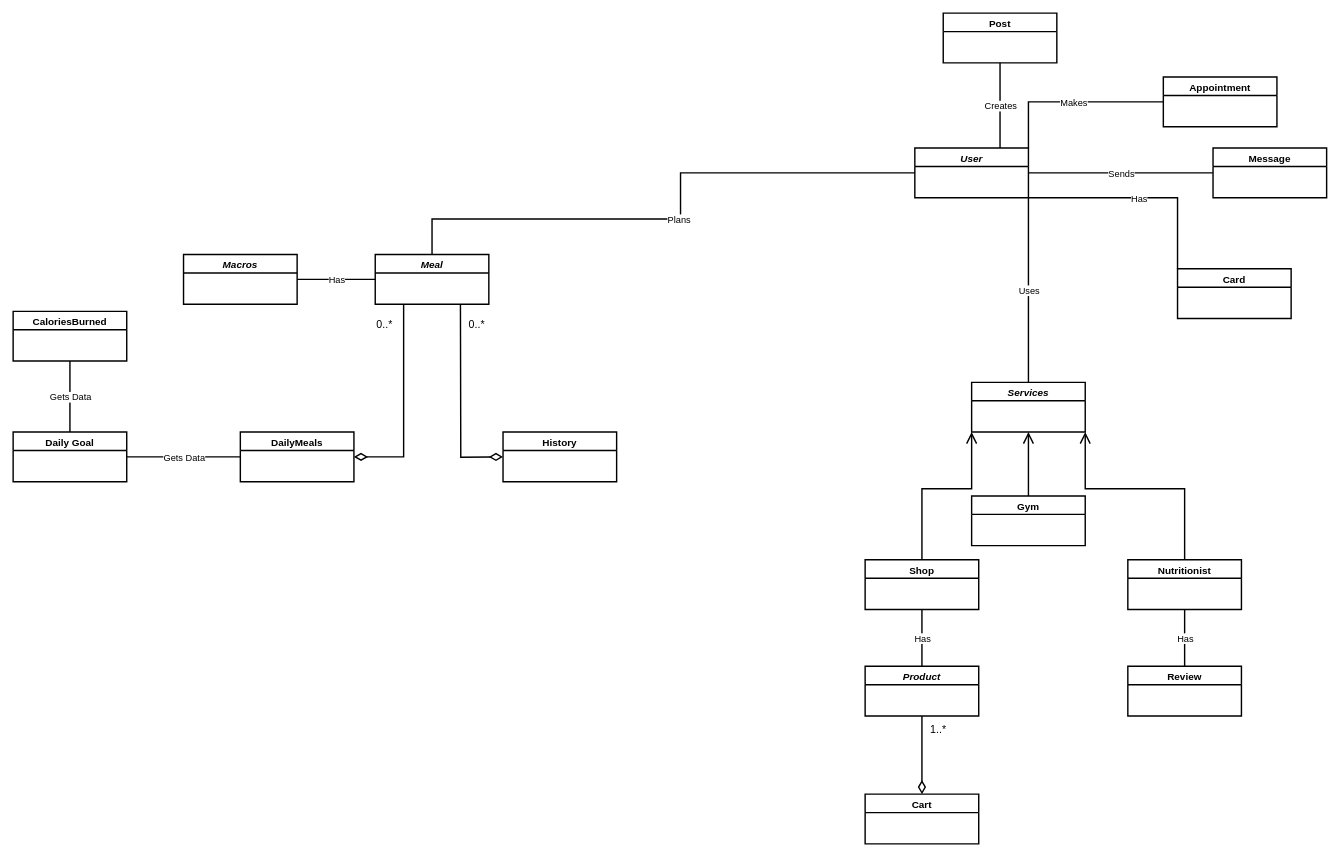
Dionkaps/Eu-Zin keeps this draw.io diagram as ΤΡΙΤΟ ΠΑΡΑΔΟΤΕΟ/Διορθώσεις προηγούμενων παραδοτέων/DomainModelChartVersion2.drawio. Above is the earlier version. Source tidied: cells renumbered, new cells numbered last; positions are measured from the earlier drawing's top-left corner, leaving out a move shared by most shapes. Both pictures are drawn from the tidied source at 71%, with x=0, y=0 at pixel (13, 13).
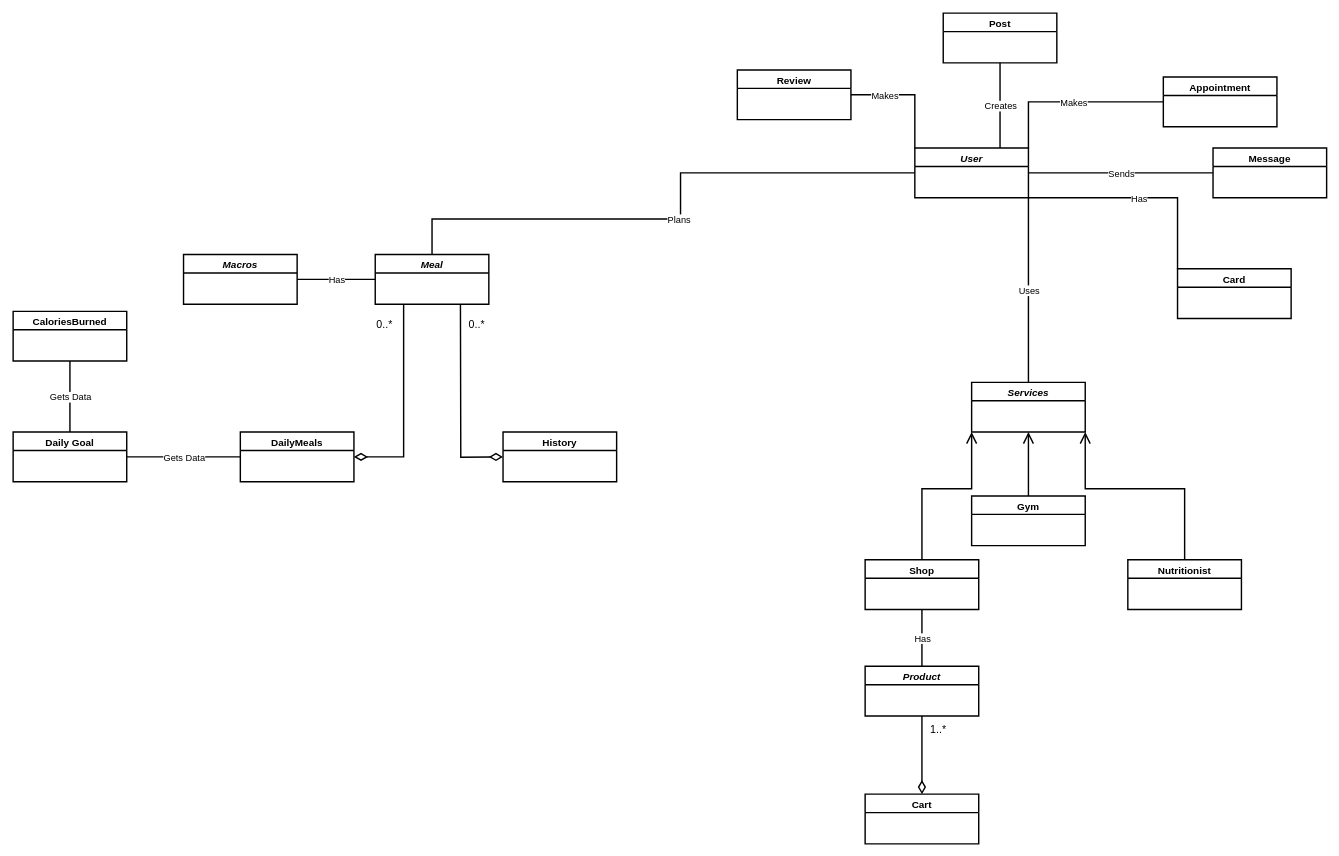
After the change.

The change refers to these unchanged cells:
```xml
<mxCell id="2" value="User" style="swimlane;fontStyle=3;align=center;verticalAlign=top;horizontal=1;startSize=26;rounded=0;shadow=0;strokeWidth=2;fontSize=14;" parent="1" vertex="1">
  <mxGeometry x="1270" y="190" width="160" height="70" as="geometry" />
</mxCell>
<mxCell id="5" value="Nutritionist" style="swimlane;fontStyle=1;align=center;verticalAlign=top;horizontal=1;startSize=26;rounded=0;shadow=0;strokeWidth=2;fontSize=14;" parent="1" vertex="1">
  <mxGeometry x="1570" y="770" width="160" height="70" as="geometry" />
</mxCell>
```

The edit, as a diff of the source:
```diff
@@
     <mxCell id="45" value="Review" style="swimlane;fontStyle=1;align=center;verticalAlign=top;horizontal=1;startSize=26;rounded=0;shadow=0;strokeWidth=2;fontSize=14;" parent="1" vertex="1">
-      <mxGeometry x="1570" y="920" width="160" height="70" as="geometry" />
+      <mxGeometry x="1020" y="80" width="160" height="70" as="geometry" />
     </mxCell>
-    <mxCell id="46" style="endArrow=none;html=1;rounded=0;anchorPointDirection=1;startFill=1;endFill=0;strokeWidth=2;entryX=0.5;entryY=1;entryDx=0;entryDy=0;exitX=0.5;exitY=0;exitDx=0;exitDy=0;" parent="1" edge="1" source="45" target="5">
-      <mxGeometry relative="1" as="geometry" />
-    </mxCell>
-    <mxCell id="47" value="Has" style="edgeLabel;html=1;align=center;verticalAlign=middle;fontSize=13;" parent="46" vertex="1">
-      <mxGeometry relative="1" as="geometry" />
-    </mxCell>
+    <mxCell id="48" style="endArrow=none;html=1;rounded=0;anchorPointDirection=1;startFill=1;endFill=0;strokeWidth=2;exitX=0;exitY=0;exitDx=0;exitDy=0;entryX=1;entryY=0.5;entryDx=0;entryDy=0;" parent="1" edge="1" source="2" target="45">
+      <mxGeometry relative="1" as="geometry">
+        <Array as="points">
+          <mxPoint x="1270" y="115" />
+        </Array>
+      </mxGeometry>
+    </mxCell>
+    <mxCell id="49" value="Makes" style="edgeLabel;html=1;align=center;verticalAlign=middle;fontSize=13;" parent="48" vertex="1">
+      <mxGeometry relative="1" as="geometry">
+        <mxPoint x="-35" as="offset" />
+      </mxGeometry>
+    </mxCell>
```
